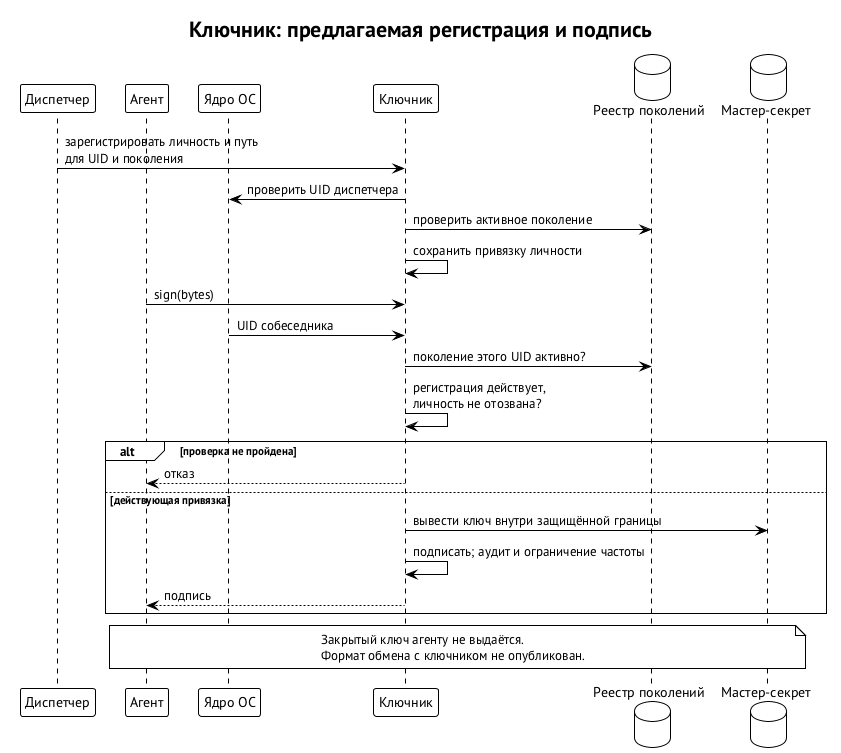
The PlantUML diagram book/diagrams/keeper-sign.png in relux-works/swarma-docs, before a commit.
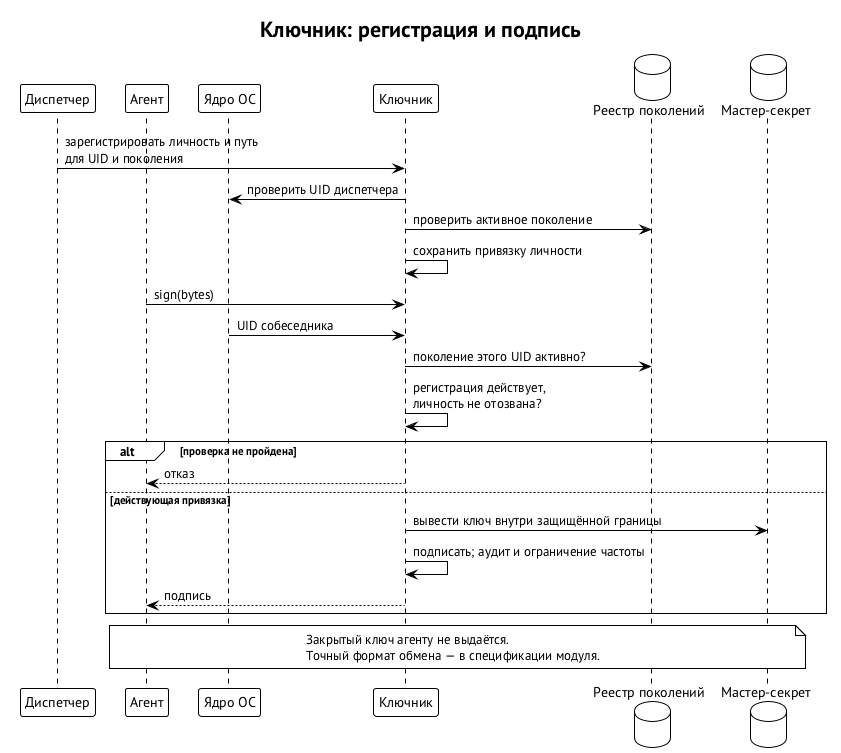
After the change.

Change to the diagram source:
```diff
@@ -2,7 +2,7 @@
 !theme plain
 skinparam defaultFontName "PT Sans"
 skinparam shadowing false
-title Ключник: предлагаемая регистрация и подпись
+title Ключник: регистрация и подпись
 participant "Диспетчер" as D
 participant "Агент" as A
 participant "Ядро ОС" as OS
@@ -26,6 +26,6 @@
 end
 note over A, SECRET
   Закрытый ключ агенту не выдаётся.
-  Формат обмена с ключником не опубликован.
+  Точный формат обмена — в спецификации модуля.
 end note
 @enduml
```
